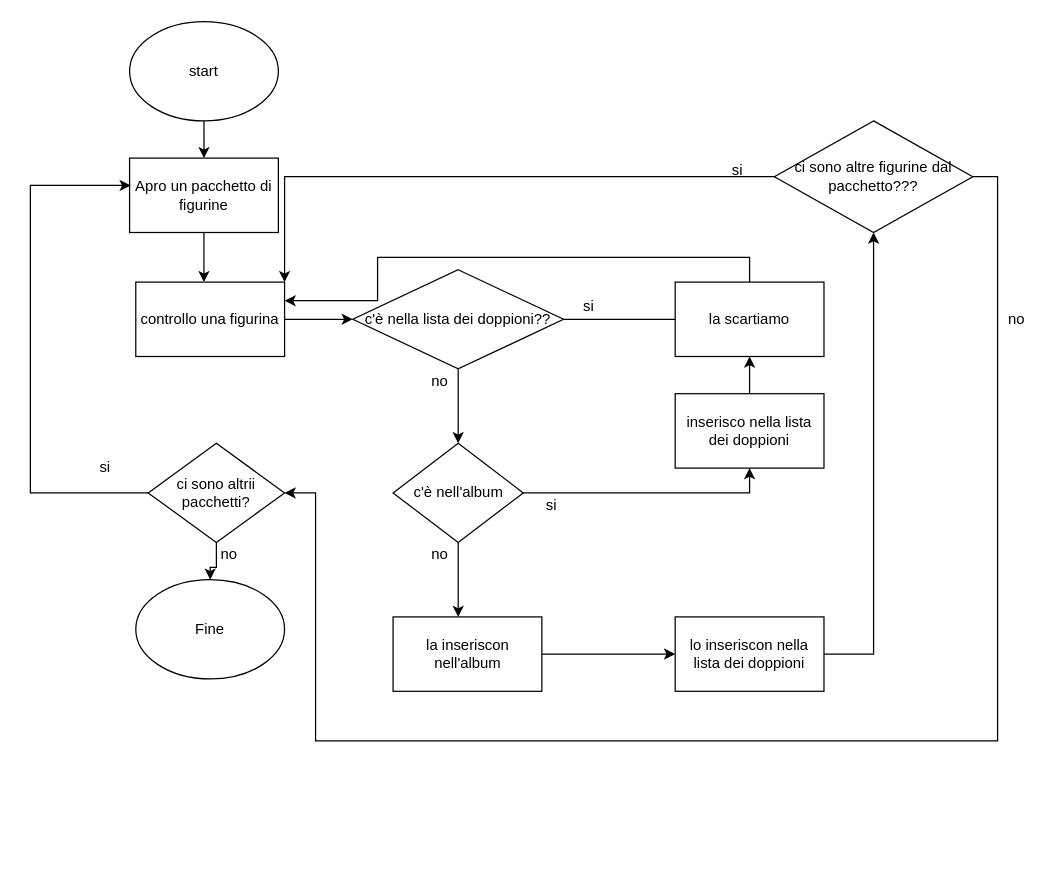
The draw.io diagram figurine.drawio in Valkyrux/Class-49-Diagramma-figurine, before the edit. Source tidied: cells renumbered, new cells numbered last; positions are measured from the earlier drawing's top-left corner, leaving out a move shared by most shapes. Both pictures are drawn from the tidied source at 124%, with x=0, y=0 at pixel (30, 21).
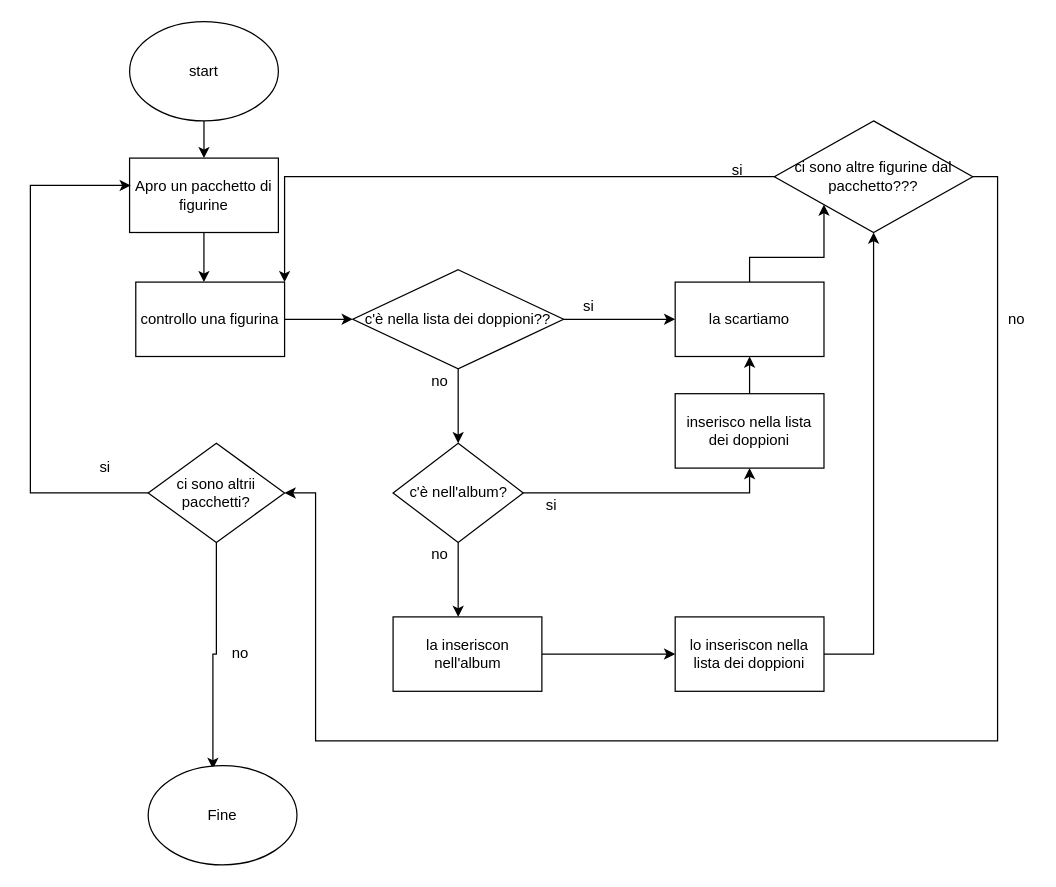
The same page after the edit.

Unchanged cells that the change refers to:
```xml
<mxCell id="8" value="ci sono altrii pacchetti?" style="rhombus;whiteSpace=wrap;html=1;" parent="1" vertex="1">
  <mxGeometry x="95" y="340" width="110" height="80" as="geometry" />
</mxCell>
<mxCell id="12" value="controllo una figurina" style="rounded=0;whiteSpace=wrap;html=1;" parent="1" vertex="1">
  <mxGeometry x="85" y="210" width="120" height="60" as="geometry" />
</mxCell>
<mxCell id="15" value="c'è nella lista dei doppioni??" style="rhombus;whiteSpace=wrap;html=1;" parent="1" vertex="1">
  <mxGeometry x="260" y="200" width="170" height="80" as="geometry" />
</mxCell>
<mxCell id="22" value="la scartiamo" style="rounded=0;whiteSpace=wrap;html=1;" parent="1" vertex="1">
  <mxGeometry x="520" y="210" width="120" height="60" as="geometry" />
</mxCell>
<mxCell id="31" value="ci sono altre figurine dal pacchetto???" style="rhombus;whiteSpace=wrap;html=1;" parent="1" vertex="1">
  <mxGeometry x="600" y="80" width="160" height="90" as="geometry" />
</mxCell>
```

What changed in the source:
```diff
@@
-    <mxCell id="7" style="edgeStyle=orthogonalEdgeStyle;rounded=0;jettySize=auto;html=1;exitX=0.5;exitY=1;exitDx=0;exitDy=0;" parent="1" edge="1" source="8" target="10">
+    <mxCell id="7" style="edgeStyle=orthogonalEdgeStyle;rounded=0;jettySize=auto;html=1;exitX=0.5;exitY=1;exitDx=0;exitDy=0;entryX=0.435;entryY=0.032;entryDx=0;entryDy=0;entryPerimeter=0;" parent="1" edge="1" source="8" target="10">
       <mxGeometry relative="1" as="geometry" />
     </mxCell>
@@
     <mxCell id="10" value="Fine" style="ellipse;whiteSpace=wrap;html=1;" parent="1" vertex="1">
-      <mxGeometry x="85" y="450" width="120" height="80" as="geometry" />
+      <mxGeometry x="95" y="600" width="120" height="80" as="geometry" />
     </mxCell>
@@
-    <mxCell id="14" style="edgeStyle=orthogonalEdgeStyle;rounded=0;jettySize=auto;html=1;exitX=1;exitY=0.5;exitDx=0;exitDy=0;" parent="1" edge="1" source="15">
-      <mxGeometry relative="1" as="geometry">
-        <mxPoint x="530" y="240" as="targetPoint" />
-      </mxGeometry>
-    </mxCell>
+    <mxCell id="37" style="edgeStyle=orthogonalEdgeStyle;rounded=0;jettySize=auto;html=1;exitX=1;exitY=0.5;exitDx=0;exitDy=0;entryX=0;entryY=0.5;entryDx=0;entryDy=0;" parent="1" edge="1" source="15" target="22">
+      <mxGeometry relative="1" as="geometry" />
+    </mxCell>
@@
-    <mxCell id="20" value="c'è nell'album" style="rhombus;whiteSpace=wrap;html=1;" parent="1" vertex="1">
+    <mxCell id="20" value="c'è nell'album?" style="rhombus;whiteSpace=wrap;html=1;" parent="1" vertex="1">
       <mxGeometry x="292.5" y="340" width="105" height="80" as="geometry" />
     </mxCell>
-    <mxCell id="21" style="edgeStyle=orthogonalEdgeStyle;rounded=0;jettySize=auto;html=1;exitX=0.5;exitY=0;exitDx=0;exitDy=0;entryX=1;entryY=0.25;entryDx=0;entryDy=0;" parent="1" edge="1" source="22" target="12">
-      <mxGeometry relative="1" as="geometry">
-        <Array as="points">
-          <mxPoint x="580" y="190" />
-          <mxPoint x="280" y="190" />
-          <mxPoint x="280" y="225" />
-        </Array>
-      </mxGeometry>
-    </mxCell>
+    <mxCell id="38" style="edgeStyle=orthogonalEdgeStyle;rounded=0;jettySize=auto;html=1;exitX=0.5;exitY=0;exitDx=0;exitDy=0;entryX=0;entryY=1;entryDx=0;entryDy=0;" parent="1" edge="1" source="22" target="31">
+      <mxGeometry relative="1" as="geometry" />
+    </mxCell>
@@
     <mxCell id="36" value="no" style="text;html=1;align=center;verticalAlign=middle;strokeColor=none;fillColor=none;" parent="1" vertex="1">
-      <mxGeometry x="145" y="420" width="30" height="20" as="geometry" />
+      <mxGeometry x="154" y="500" width="30" height="20" as="geometry" />
     </mxCell>
```
